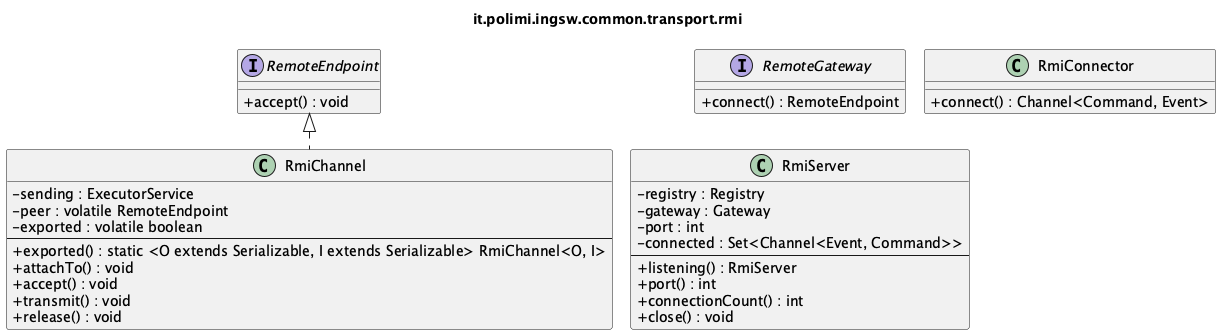
This is docs/uml/detailed/it_polimi_ingsw_common_transport_rmi.png from samuelesegrini/ing-sw-2025-segrini-terribile-varricchio-zanca, a PlantUML export, as it was before one commit.
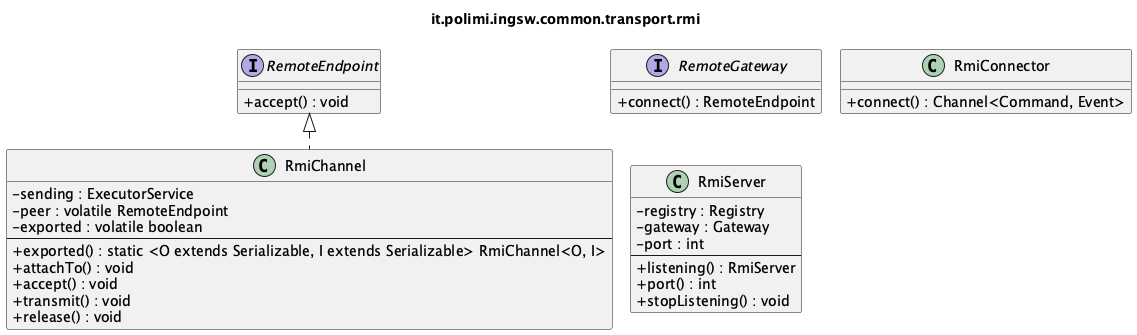
Later version of the same file.

The edit, as a diff of the source:
```diff
@@ -28,12 +28,10 @@
   -registry : Registry
   -gateway : Gateway
   -port : int
-  -connected : Set<Channel<Event, Command>>
   --
   +listening() : RmiServer
   +port() : int
-  +connectionCount() : int
-  +close() : void
+  +stopListening() : void
 }
 
 RemoteEndpoint <|.. RmiChannel
```
